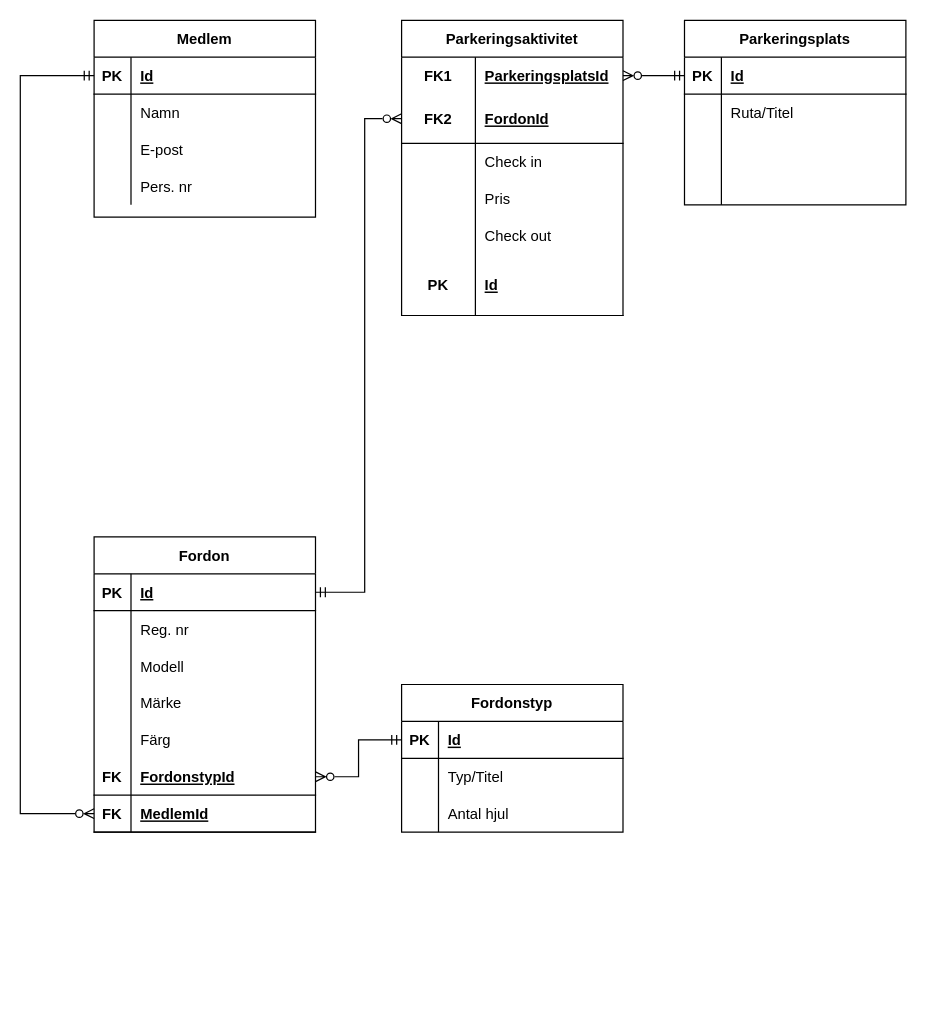
filipjohnsson1989/Garage3.0 keeps this draw.io diagram as page "Page-4" (4 of 4) of Garage3.0-Entities-Diagram.drawio. Above is the earlier version. Source tidied: cells renumbered, new cells numbered last; positions are measured from the earlier drawing's top-left corner, leaving out a move shared by most shapes. Both pictures are drawn from the tidied source at 123%, with x=0, y=0 at pixel (20, 20).
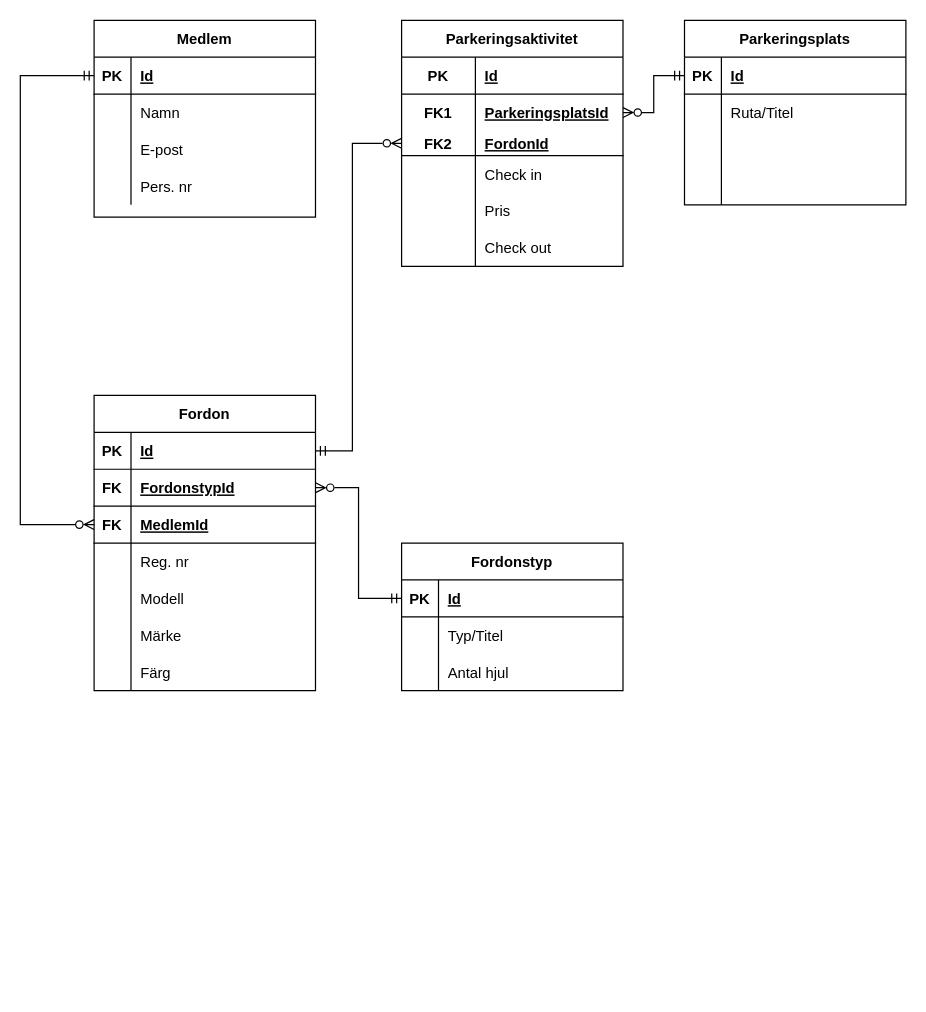
The same page after the edit.

The change refers to these unchanged cells:
```xml
<mxCell id="3" style="shape=tableRow;horizontal=0;startSize=0;swimlaneHead=0;swimlaneBody=0;fillColor=none;points=[[0,0.5],[1,0.5]];portConstraint=eastwest;top=0;left=0;right=0;bottom=1;" parent="2" vertex="1">
  <mxGeometry y="30" width="180" height="30" as="geometry" />
</mxCell>
<mxCell id="39" style="shape=tableRow;horizontal=0;startSize=0;swimlaneHead=0;swimlaneBody=0;fillColor=none;points=[[0,0.5],[1,0.5]];portConstraint=eastwest;top=0;left=0;right=0;bottom=1;" parent="38" vertex="1">
  <mxGeometry y="30" width="180" height="30" as="geometry" />
</mxCell>
```

What changed in the source:
```diff
@@
     <mxCell id="15" value="Fordonstyp" style="shape=table;startSize=30;childLayout=tableLayout;rowLines=0;fontStyle=1;align=center;" parent="1" vertex="1">
-      <mxGeometry x="310" y="540" width="180" height="120" as="geometry" />
+      <mxGeometry x="310" y="425" width="180" height="120" as="geometry" />
     </mxCell>
@@
     <mxCell id="38" value="Fordon" style="shape=table;startSize=30;childLayout=tableLayout;rowLines=0;fontStyle=1;align=center;" parent="1" vertex="1">
-      <mxGeometry x="60" y="420" width="180" height="240" as="geometry" />
+      <mxGeometry x="60" y="305" width="180" height="240" as="geometry" />
     </mxCell>
@@
+    <mxCell id="54" style="shape=tableRow;horizontal=0;startSize=0;swimlaneHead=0;swimlaneBody=0;fillColor=none;points=[[0,0.5],[1,0.5]];portConstraint=eastwest;top=0;left=0;right=0;bottom=1;" parent="38" vertex="1">
+      <mxGeometry y="60" width="180" height="30" as="geometry" />
+    </mxCell>
+    <mxCell id="55" value="FK" style="shape=partialRectangle;fillColor=none;top=0;left=0;bottom=0;right=0;fontStyle=1;overflow=hidden;" parent="54" vertex="1">
+      <mxGeometry width="30" height="30" as="geometry" />
+    </mxCell>
+    <mxCell id="56" value="FordonstypId" style="shape=partialRectangle;fillColor=none;top=0;left=0;bottom=0;right=0;align=left;spacingLeft=6;fontStyle=5;overflow=hidden;" parent="54" vertex="1">
+      <mxGeometry x="30" width="150" height="30" as="geometry" />
+    </mxCell>
+    <mxCell id="57" style="shape=tableRow;horizontal=0;startSize=0;swimlaneHead=0;swimlaneBody=0;fillColor=none;points=[[0,0.5],[1,0.5]];portConstraint=eastwest;top=0;left=0;right=0;bottom=1;" parent="38" vertex="1">
+      <mxGeometry y="90" width="180" height="30" as="geometry" />
+    </mxCell>
+    <mxCell id="58" value="FK" style="shape=partialRectangle;fillColor=none;top=0;left=0;bottom=0;right=0;fontStyle=1;overflow=hidden;" parent="57" vertex="1">
+      <mxGeometry width="30" height="30" as="geometry" />
+    </mxCell>
+    <mxCell id="59" value="MedlemId" style="shape=partialRectangle;fillColor=none;top=0;left=0;bottom=0;right=0;align=left;spacingLeft=6;fontStyle=5;overflow=hidden;" parent="57" vertex="1">
+      <mxGeometry x="30" width="150" height="30" as="geometry" />
+    </mxCell>
     <mxCell id="42" style="shape=tableRow;horizontal=0;startSize=0;swimlaneHead=0;swimlaneBody=0;fillColor=none;top=0;left=0;right=0;bottom=0;" parent="38" vertex="1">
-      <mxGeometry y="60" width="180" height="30" as="geometry" />
+      <mxGeometry y="120" width="180" height="30" as="geometry" />
     </mxCell>
@@
     <mxCell id="45" style="shape=tableRow;horizontal=0;startSize=0;swimlaneHead=0;swimlaneBody=0;fillColor=none;top=0;left=0;right=0;bottom=0;" parent="38" vertex="1">
-      <mxGeometry y="90" width="180" height="30" as="geometry" />
+      <mxGeometry y="150" width="180" height="30" as="geometry" />
     </mxCell>
@@
     <mxCell id="48" style="shape=tableRow;horizontal=0;startSize=0;swimlaneHead=0;swimlaneBody=0;fillColor=none;top=0;left=0;right=0;bottom=0;" parent="38" vertex="1">
-      <mxGeometry y="120" width="180" height="30" as="geometry" />
+      <mxGeometry y="180" width="180" height="30" as="geometry" />
     </mxCell>
@@
     <mxCell id="51" style="shape=tableRow;horizontal=0;startSize=0;swimlaneHead=0;swimlaneBody=0;fillColor=none;top=0;left=0;right=0;bottom=0;" parent="38" vertex="1">
-      <mxGeometry y="150" width="180" height="30" as="geometry" />
+      <mxGeometry y="210" width="180" height="30" as="geometry" />
     </mxCell>
@@
-    <mxCell id="54" style="shape=tableRow;horizontal=0;startSize=0;swimlaneHead=0;swimlaneBody=0;fillColor=none;points=[[0,0.5],[1,0.5]];portConstraint=eastwest;top=0;left=0;right=0;bottom=1;" parent="38" vertex="1">
-      <mxGeometry y="180" width="180" height="30" as="geometry" />
-    </mxCell>
-    <mxCell id="55" value="FK" style="shape=partialRectangle;fillColor=none;top=0;left=0;bottom=0;right=0;fontStyle=1;overflow=hidden;" parent="54" vertex="1">
-      <mxGeometry width="30" height="30" as="geometry" />
-    </mxCell>
-    <mxCell id="56" value="FordonstypId" style="shape=partialRectangle;fillColor=none;top=0;left=0;bottom=0;right=0;align=left;spacingLeft=6;fontStyle=5;overflow=hidden;" parent="54" vertex="1">
-      <mxGeometry x="30" width="150" height="30" as="geometry" />
-    </mxCell>
-    <mxCell id="57" style="shape=tableRow;horizontal=0;startSize=0;swimlaneHead=0;swimlaneBody=0;fillColor=none;points=[[0,0.5],[1,0.5]];portConstraint=eastwest;top=0;left=0;right=0;bottom=1;" parent="38" vertex="1">
-      <mxGeometry y="210" width="180" height="30" as="geometry" />
-    </mxCell>
-    <mxCell id="58" value="FK" style="shape=partialRectangle;fillColor=none;top=0;left=0;bottom=0;right=0;fontStyle=1;overflow=hidden;" parent="57" vertex="1">
-      <mxGeometry width="30" height="30" as="geometry" />
-    </mxCell>
-    <mxCell id="59" value="MedlemId" style="shape=partialRectangle;fillColor=none;top=0;left=0;bottom=0;right=0;align=left;spacingLeft=6;fontStyle=5;overflow=hidden;" parent="57" vertex="1">
-      <mxGeometry x="30" width="150" height="30" as="geometry" />
-    </mxCell>
@@
     <mxCell id="65" value="Parkeringsaktivitet" style="shape=table;startSize=30;childLayout=tableLayout;rowLines=0;fontStyle=1;align=center;" parent="1" vertex="1">
-      <mxGeometry x="310" width="180" height="240" as="geometry" />
+      <mxGeometry x="310" width="180" height="200" as="geometry" />
     </mxCell>
+    <mxCell id="81" style="shape=tableRow;horizontal=0;startSize=0;swimlaneHead=0;swimlaneBody=0;fillColor=none;top=0;left=0;right=0;bottom=1;" parent="65" vertex="1">
+      <mxGeometry y="30" width="180" height="30" as="geometry" />
+    </mxCell>
+    <mxCell id="82" value="PK" style="shape=partialRectangle;fillColor=none;top=0;left=0;bottom=0;right=0;fontStyle=1;overflow=hidden;" parent="81" vertex="1">
+      <mxGeometry width="60" height="30" as="geometry" />
+    </mxCell>
+    <mxCell id="83" value="Id" style="shape=partialRectangle;fillColor=none;top=0;left=0;bottom=0;right=0;align=left;spacingLeft=6;fontStyle=5;overflow=hidden;" parent="81" vertex="1">
+      <mxGeometry x="60" width="120" height="30" as="geometry" />
+    </mxCell>
     <mxCell id="66" style="shape=tableRow;horizontal=0;startSize=0;swimlaneHead=0;swimlaneBody=0;fillColor=none;points=[[0,0.5],[1,0.5]];portConstraint=eastwest;top=0;left=0;right=0;bottom=0;" parent="65" vertex="1">
-      <mxGeometry y="30" width="180" height="30" as="geometry" />
+      <mxGeometry y="60" width="180" height="30" as="geometry" />
     </mxCell>
@@
     <mxCell id="69" style="shape=tableRow;horizontal=0;startSize=0;swimlaneHead=0;swimlaneBody=0;fillColor=none;points=[[0,0.5],[1,0.5]];portConstraint=eastwest;top=0;left=0;right=0;bottom=1;" parent="65" vertex="1">
-      <mxGeometry y="60" width="180" height="40" as="geometry" />
+      <mxGeometry y="90" width="180" height="20" as="geometry" />
     </mxCell>
     <mxCell id="70" value="FK2" style="shape=partialRectangle;fillColor=none;top=0;left=0;bottom=0;right=0;fontStyle=1;overflow=hidden;" parent="69" vertex="1">
-      <mxGeometry width="60" height="40" as="geometry" />
+      <mxGeometry width="60" height="20" as="geometry" />
     </mxCell>
     <mxCell id="71" value="FordonId" style="shape=partialRectangle;fillColor=none;top=0;left=0;bottom=0;right=0;align=left;spacingLeft=6;fontStyle=5;overflow=hidden;" parent="69" vertex="1">
-      <mxGeometry x="60" width="120" height="40" as="geometry" />
+      <mxGeometry x="60" width="120" height="20" as="geometry" />
     </mxCell>
     <mxCell id="72" style="shape=tableRow;horizontal=0;startSize=0;swimlaneHead=0;swimlaneBody=0;fillColor=none;top=0;left=0;right=0;bottom=0;" parent="65" vertex="1">
-      <mxGeometry y="100" width="180" height="30" as="geometry" />
+      <mxGeometry y="110" width="180" height="30" as="geometry" />
     </mxCell>
@@
     <mxCell id="75" style="shape=tableRow;horizontal=0;startSize=0;swimlaneHead=0;swimlaneBody=0;fillColor=none;top=0;left=0;right=0;bottom=0;" parent="65" vertex="1">
-      <mxGeometry y="130" width="180" height="30" as="geometry" />
+      <mxGeometry y="140" width="180" height="30" as="geometry" />
     </mxCell>
@@
     <mxCell id="78" style="shape=tableRow;horizontal=0;startSize=0;swimlaneHead=0;swimlaneBody=0;fillColor=none;top=0;left=0;right=0;bottom=0;" parent="65" vertex="1">
-      <mxGeometry y="160" width="180" height="30" as="geometry" />
+      <mxGeometry y="170" width="180" height="30" as="geometry" />
     </mxCell>
@@
-    <mxCell id="81" style="shape=tableRow;horizontal=0;startSize=0;swimlaneHead=0;swimlaneBody=0;fillColor=none;top=0;left=0;right=0;bottom=1;" parent="65" vertex="1">
-      <mxGeometry y="190" width="180" height="50" as="geometry" />
-    </mxCell>
-    <mxCell id="82" value="PK" style="shape=partialRectangle;fillColor=none;top=0;left=0;bottom=0;right=0;fontStyle=1;overflow=hidden;" parent="81" vertex="1">
-      <mxGeometry width="60" height="50" as="geometry" />
-    </mxCell>
-    <mxCell id="83" value="Id" style="shape=partialRectangle;fillColor=none;top=0;left=0;bottom=0;right=0;align=left;spacingLeft=6;fontStyle=5;overflow=hidden;" parent="81" vertex="1">
-      <mxGeometry x="60" width="120" height="50" as="geometry" />
-    </mxCell>
@@
     <mxCell id="85" style="edgeStyle=orthogonalEdgeStyle;rounded=0;jettySize=auto;html=1;entryX=0;entryY=0.5;entryDx=0;entryDy=0;startArrow=ERzeroToMany;startFill=0;endArrow=ERmandOne;endFill=0;strokeColor=#000000;exitX=0;exitY=0.5;exitDx=0;exitDy=0;" parent="1" edge="1" source="57" target="3">
       <mxGeometry relative="1" as="geometry">
         <Array as="points">
-          <mxPoint y="645" />
+          <mxPoint y="410" />
           <mxPoint y="45" />
         </Array>
       </mxGeometry>
     </mxCell>
@@
-    <mxCell id="87" style="edgeStyle=orthogonalEdgeStyle;rounded=0;jettySize=auto;html=1;startArrow=ERzeroToMany;startFill=0;endArrow=ERmandOne;endFill=0;strokeColor=#000000;" parent="1" edge="1" source="69" target="39">
+    <mxCell id="87" style="edgeStyle=orthogonalEdgeStyle;rounded=0;jettySize=auto;html=1;startArrow=ERzeroToMany;startFill=0;endArrow=ERmandOne;endFill=0;strokeColor=#000000;exitX=0;exitY=0.5;exitDx=0;exitDy=0;entryX=1;entryY=0.5;entryDx=0;entryDy=0;" parent="1" edge="1" source="69" target="39">
       <mxGeometry relative="1" as="geometry">
         <Array as="points">
-          <mxPoint x="280" y="80" />
-          <mxPoint x="280" y="465" />
+          <mxPoint x="270" y="100" />
+          <mxPoint x="270" y="350" />
         </Array>
       </mxGeometry>
     </mxCell>
```
